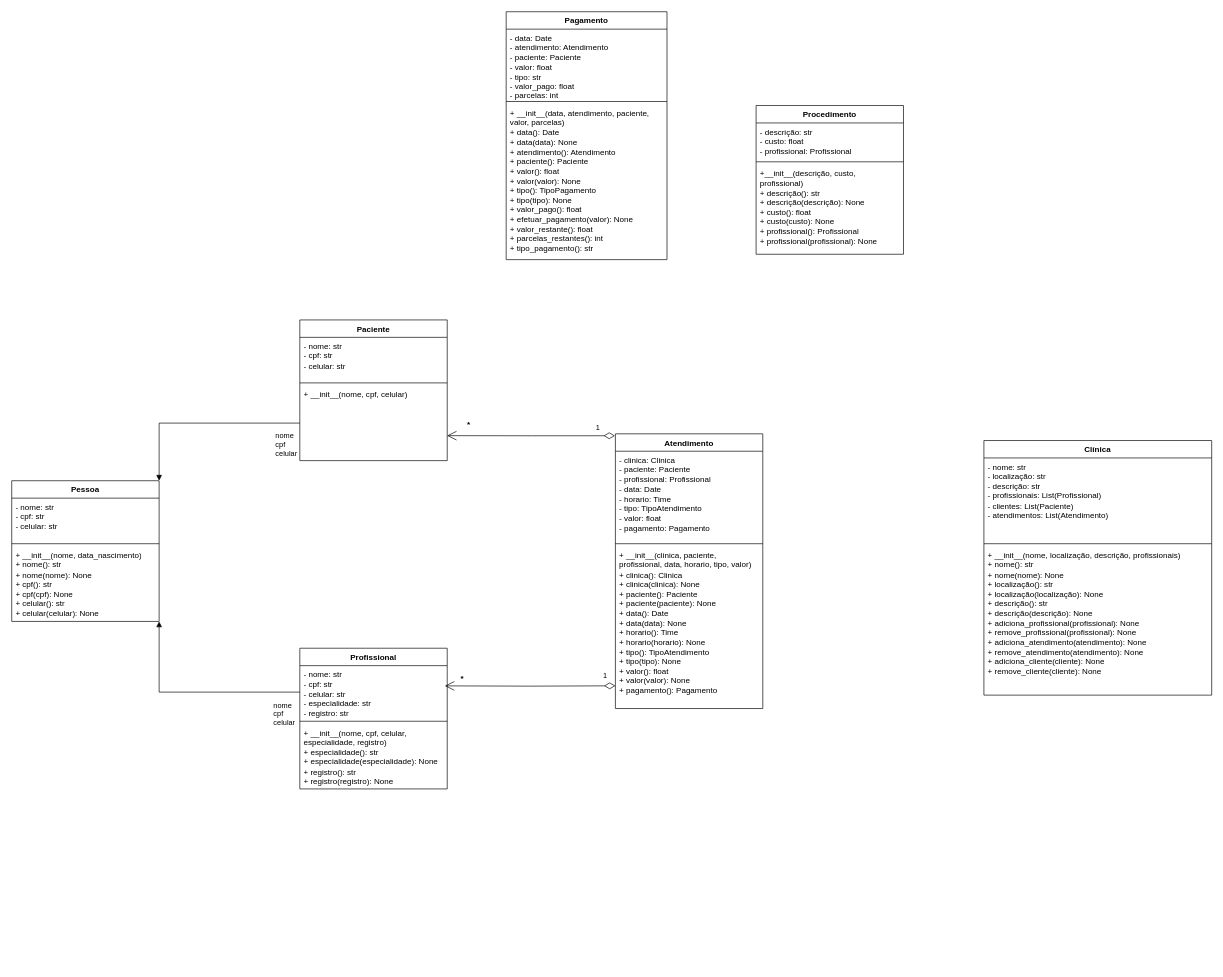
Before: UML/UMLT1.drawio in andrasjake-max/clncl-mngr, a draw.io diagram. Source tidied: cells renumbered, new cells numbered last; positions are measured from the earlier drawing's top-left corner, leaving out a move shared by most shapes. Both pictures are drawn from the tidied source at 67%, with x=0, y=0 at pixel (11, 11).
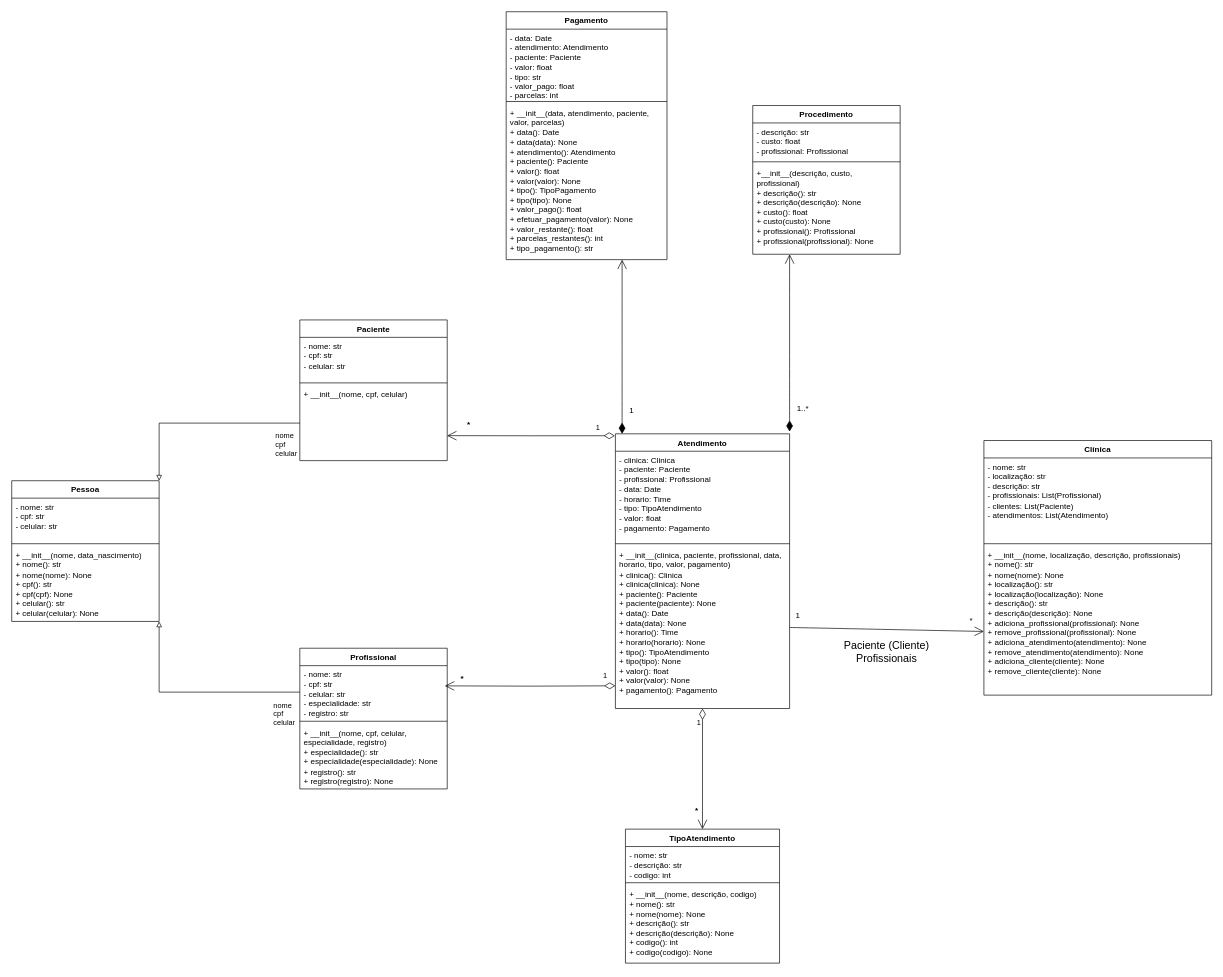
After the change.

The change refers to these unchanged cells:
```xml
<mxCell id="2" value="Pessoa" style="swimlane;fontStyle=1;align=center;verticalAlign=top;horizontal=1;startSize=26;whiteSpace=wrap;html=1;" parent="1" vertex="1">
  <mxGeometry y="700" width="220" height="210" as="geometry" />
</mxCell>
<mxCell id="7" value="- nome: str&lt;div&gt;- cpf: str&lt;/div&gt;&lt;div&gt;- celular: str&lt;/div&gt;&lt;div&gt;- especialidade: str&lt;/div&gt;&lt;div&gt;- registro: str&lt;/div&gt;" style="text;strokeColor=none;fillColor=none;align=left;verticalAlign=top;spacingLeft=4;spacingRight=4;overflow=hidden;points=[[0,0.5],[1,0.5]];portConstraint=eastwest;whiteSpace=wrap;html=1;" parent="6" vertex="1">
  <mxGeometry y="26" width="220" height="79" as="geometry" />
</mxCell>
<mxCell id="13" value="&lt;div&gt;+ __init__(nome, cpf, celular)&lt;/div&gt;" style="text;strokeColor=none;fillColor=none;align=left;verticalAlign=top;spacingLeft=4;spacingRight=4;overflow=hidden;points=[[0,0.5],[1,0.5]];portConstraint=eastwest;whiteSpace=wrap;html=1;" parent="10" vertex="1">
  <mxGeometry y="98" width="220" height="112" as="geometry" />
</mxCell>
<mxCell id="32" value="Clínica" style="swimlane;fontStyle=1;align=center;verticalAlign=top;horizontal=1;startSize=26;whiteSpace=wrap;html=1;" parent="1" vertex="1">
  <mxGeometry x="1451" y="640" width="340" height="380" as="geometry" />
</mxCell>
```

What changed in the source:
```diff
@@
-    <mxCell id="14" value="nome&lt;div&gt;cpf&lt;/div&gt;&lt;div&gt;celular&lt;/div&gt;" style="endArrow=block;endFill=1;html=1;edgeStyle=orthogonalEdgeStyle;align=left;verticalAlign=top;rounded=0;exitX=0;exitY=0.5;exitDx=0;exitDy=0;entryX=1;entryY=0;entryDx=0;entryDy=0;" parent="1" edge="1" source="13" target="2">
+    <mxCell id="14" value="nome&lt;div&gt;cpf&lt;/div&gt;&lt;div&gt;celular&lt;/div&gt;" style="endArrow=block;endFill=0;html=1;edgeStyle=orthogonalEdgeStyle;align=left;verticalAlign=top;rounded=0;exitX=0;exitY=0.5;exitDx=0;exitDy=0;entryX=1;entryY=0;entryDx=0;entryDy=0;" parent="1" edge="1" source="13" target="2">
       <mxGeometry x="-0.74" y="6" relative="1" as="geometry" />
     </mxCell>
-    <mxCell id="15" value="nome&lt;div&gt;cpf&lt;/div&gt;&lt;div&gt;celular&lt;/div&gt;" style="endArrow=block;endFill=1;html=1;edgeStyle=orthogonalEdgeStyle;align=left;verticalAlign=top;rounded=0;exitX=0;exitY=0.5;exitDx=0;exitDy=0;entryX=1;entryY=1;entryDx=0;entryDy=0;" parent="1" edge="1" source="7" target="2">
+    <mxCell id="15" value="nome&lt;div&gt;cpf&lt;/div&gt;&lt;div&gt;celular&lt;/div&gt;" style="endArrow=block;endFill=0;html=1;edgeStyle=orthogonalEdgeStyle;align=left;verticalAlign=top;rounded=0;exitX=0;exitY=0.5;exitDx=0;exitDy=0;entryX=1;entryY=1;entryDx=0;entryDy=0;" parent="1" edge="1" source="7" target="2">
       <mxGeometry x="-0.74" y="6" relative="1" as="geometry" />
     </mxCell>
     <mxCell id="16" value="Atendimento" style="swimlane;fontStyle=1;align=center;verticalAlign=top;horizontal=1;startSize=26;whiteSpace=wrap;html=1;" parent="1" vertex="1">
-      <mxGeometry x="901" y="630" width="220" height="410" as="geometry" />
+      <mxGeometry x="901" y="630" width="260" height="410" as="geometry" />
     </mxCell>
     <mxCell id="17" value="- clinica: Clinica&lt;div&gt;- paciente: Paciente&lt;/div&gt;&lt;div&gt;- profissional: Profissional&lt;/div&gt;&lt;div&gt;- data: Date&lt;/div&gt;&lt;div&gt;- horario: Time&lt;/div&gt;&lt;div&gt;- tipo: TipoAtendimento&lt;/div&gt;&lt;div&gt;- valor: float&lt;/div&gt;&lt;div&gt;- pagamento: Pagamento&lt;/div&gt;" style="text;strokeColor=none;fillColor=none;align=left;verticalAlign=top;spacingLeft=4;spacingRight=4;overflow=hidden;whiteSpace=wrap;html=1;" parent="16" vertex="1">
-      <mxGeometry y="26" width="220" height="134" as="geometry" />
+      <mxGeometry y="26" width="260" height="134" as="geometry" />
     </mxCell>
     <mxCell id="18" style="line;strokeWidth=1;fillColor=none;align=left;verticalAlign=middle;spacingTop=-1;spacingLeft=3;spacingRight=3;labelPosition=right;strokeColor=inherit;" parent="16" vertex="1">
-      <mxGeometry y="160" width="220" height="8" as="geometry" />
+      <mxGeometry y="160" width="260" height="8" as="geometry" />
     </mxCell>
-    <mxCell id="19" value="&lt;div&gt;+ __init__(clinica, paciente, profissional, data, horario, tipo, valor)&lt;/div&gt;+ clinica(): Clinica&lt;div&gt;+ clinica(clinica): None&lt;/div&gt;&lt;div&gt;+ paciente(): Paciente&lt;/div&gt;&lt;div&gt;+ paciente(paciente): None&lt;/div&gt;&lt;div&gt;+ data(): Date&lt;/div&gt;&lt;div&gt;+ data(data): None&lt;br&gt;+ horario(): Time&lt;/div&gt;&lt;div&gt;+ horario(horario): None&lt;/div&gt;&lt;div&gt;+ tipo(): TipoAtendimento&lt;/div&gt;&lt;div&gt;+ tipo(tipo): None&lt;/div&gt;&lt;div&gt;+ valor(): float&lt;/div&gt;&lt;div&gt;+ valor(valor): None&lt;/div&gt;&lt;div&gt;+ pagamento(): Pagamento&lt;/div&gt;&lt;div&gt;&lt;br&gt;&lt;/div&gt;" style="text;strokeColor=none;fillColor=none;align=left;verticalAlign=top;spacingLeft=4;spacingRight=4;overflow=hidden;points=[[0,0.5],[1,0.5]];portConstraint=eastwest;whiteSpace=wrap;html=1;" parent="16" vertex="1">
-      <mxGeometry y="168" width="220" height="242" as="geometry" />
+    <mxCell id="19" value="&lt;div&gt;+ __init__(clinica, paciente, profissional, data, horario, tipo, valor, pagamento)&lt;/div&gt;+ clinica(): Clinica&lt;div&gt;+ clinica(clinica): None&lt;/div&gt;&lt;div&gt;+ paciente(): Paciente&lt;/div&gt;&lt;div&gt;+ paciente(paciente): None&lt;/div&gt;&lt;div&gt;+ data(): Date&lt;/div&gt;&lt;div&gt;+ data(data): None&lt;br&gt;+ horario(): Time&lt;/div&gt;&lt;div&gt;+ horario(horario): None&lt;/div&gt;&lt;div&gt;+ tipo(): TipoAtendimento&lt;/div&gt;&lt;div&gt;+ tipo(tipo): None&lt;/div&gt;&lt;div&gt;+ valor(): float&lt;/div&gt;&lt;div&gt;+ valor(valor): None&lt;/div&gt;&lt;div&gt;+ pagamento(): Pagamento&lt;/div&gt;&lt;div&gt;&lt;br&gt;&lt;/div&gt;" style="text;strokeColor=none;fillColor=none;align=left;verticalAlign=top;spacingLeft=4;spacingRight=4;overflow=hidden;points=[[0,0.5],[1,0.5]];portConstraint=eastwest;whiteSpace=wrap;html=1;" parent="16" vertex="1">
+      <mxGeometry y="168" width="260" height="242" as="geometry" />
     </mxCell>
@@
     <mxCell id="28" value="Procedimento" style="swimlane;fontStyle=1;align=center;verticalAlign=top;horizontal=1;startSize=26;whiteSpace=wrap;html=1;" parent="1" vertex="1">
-      <mxGeometry x="1111" y="140" width="220" height="222" as="geometry" />
+      <mxGeometry x="1106" y="140" width="220" height="222" as="geometry" />
     </mxCell>
@@
+    <mxCell id="36" value="TipoAtendimento" style="swimlane;fontStyle=1;align=center;verticalAlign=top;horizontal=1;startSize=26;whiteSpace=wrap;html=1;" parent="1" vertex="1">
+      <mxGeometry x="916" y="1220" width="230" height="200" as="geometry" />
+    </mxCell>
+    <mxCell id="37" value="- nome: str&lt;div&gt;- descrição: str&lt;/div&gt;&lt;div&gt;- codigo: int&lt;/div&gt;" style="text;strokeColor=none;fillColor=none;align=left;verticalAlign=top;spacingLeft=4;spacingRight=4;overflow=hidden;whiteSpace=wrap;html=1;" parent="36" vertex="1">
+      <mxGeometry y="26" width="230" height="50" as="geometry" />
+    </mxCell>
+    <mxCell id="38" style="line;strokeWidth=1;fillColor=none;align=left;verticalAlign=middle;spacingTop=-1;spacingLeft=3;spacingRight=3;labelPosition=right;strokeColor=inherit;" parent="36" vertex="1">
+      <mxGeometry y="76" width="230" height="8" as="geometry" />
+    </mxCell>
+    <mxCell id="39" value="+ __init__(nome, descrição, codigo)&lt;div&gt;+ nome(): str&lt;/div&gt;&lt;div&gt;+ nome(nome): None&lt;/div&gt;&lt;div&gt;+ descrição(): str&lt;/div&gt;&lt;div&gt;+ descrição(descrição): None&lt;/div&gt;&lt;div&gt;+ codigo(): int&lt;/div&gt;&lt;div&gt;+ codigo(codigo): None&lt;/div&gt;" style="text;strokeColor=none;fillColor=none;align=left;verticalAlign=top;spacingLeft=4;spacingRight=4;overflow=hidden;whiteSpace=wrap;html=1;" parent="36" vertex="1">
+      <mxGeometry y="84" width="230" height="116" as="geometry" />
+    </mxCell>
+    <mxCell id="40" value="1..*" style="endArrow=open;html=1;endSize=12;startArrow=diamondThin;startSize=14;startFill=1;align=left;verticalAlign=bottom;rounded=0;fontSize=12;curved=1;entryX=0.25;entryY=1;entryDx=0;entryDy=0;" parent="1" edge="1" target="28">
+      <mxGeometry x="-0.8" y="-9" relative="1" as="geometry">
+        <mxPoint x="1161" y="626.7" as="sourcePoint" />
+      </mxGeometry>
+    </mxCell>
+    <mxCell id="41" value="1" style="endArrow=open;html=1;endSize=12;startArrow=diamondThin;startSize=14;startFill=1;align=left;verticalAlign=bottom;rounded=0;fontSize=12;curved=1;" parent="1" edge="1">
+      <mxGeometry x="-0.8" y="-9" relative="1" as="geometry">
+        <mxPoint x="911" y="630" as="sourcePoint" />
+        <mxPoint x="911" y="370" as="targetPoint" />
+      </mxGeometry>
+    </mxCell>
+    <mxCell id="42" value="1" style="endArrow=open;html=1;endSize=12;startArrow=diamondThin;startSize=14;startFill=0;edgeStyle=orthogonalEdgeStyle;align=left;verticalAlign=bottom;rounded=0;exitX=0.5;exitY=1;exitDx=0;exitDy=0;entryX=0.5;entryY=0;entryDx=0;entryDy=0;" parent="1" edge="1" source="16" target="36">
+      <mxGeometry x="-0.67" y="-10" relative="1" as="geometry" />
+    </mxCell>
+    <mxCell id="43" value="*" style="text;align=center;fontStyle=1;verticalAlign=middle;spacingLeft=3;spacingRight=3;strokeColor=none;html=1;" parent="1" vertex="1">
+      <mxGeometry x="1011" y="1180" width="21" height="26" as="geometry" />
+    </mxCell>
+    <mxCell id="44" style="endArrow=open;endFill=1;endSize=12;html=1;rounded=0;fontSize=12;curved=1;exitX=1;exitY=0.5;exitDx=0;exitDy=0;entryX=0;entryY=0.75;entryDx=0;entryDy=0;" parent="1" edge="1" source="19" target="32">
+      <mxGeometry relative="1" as="geometry" />
+    </mxCell>
+    <mxCell id="45" value="*" style="edgeLabel;html=1;align=center;verticalAlign=middle;fontSize=12;" parent="44" vertex="1">
+      <mxGeometry x="0.95" relative="1" as="geometry">
+        <mxPoint x="-12" y="-16" as="offset" />
+      </mxGeometry>
+    </mxCell>
+    <mxCell id="46" value="1" style="edgeLabel;html=1;align=center;verticalAlign=middle;fontSize=12;" parent="44" vertex="1">
+      <mxGeometry x="-0.92" relative="1" as="geometry">
+        <mxPoint y="-19" as="offset" />
+      </mxGeometry>
+    </mxCell>
+    <mxCell id="47" value="Paciente (Cliente)&lt;div&gt;Profissionais&lt;/div&gt;" style="text;html=1;whiteSpace=wrap;strokeColor=none;fillColor=none;align=center;verticalAlign=middle;rounded=0;fontSize=16;" parent="1" vertex="1">
+      <mxGeometry x="1221" y="940" width="170" height="30" as="geometry" />
+    </mxCell>
```
